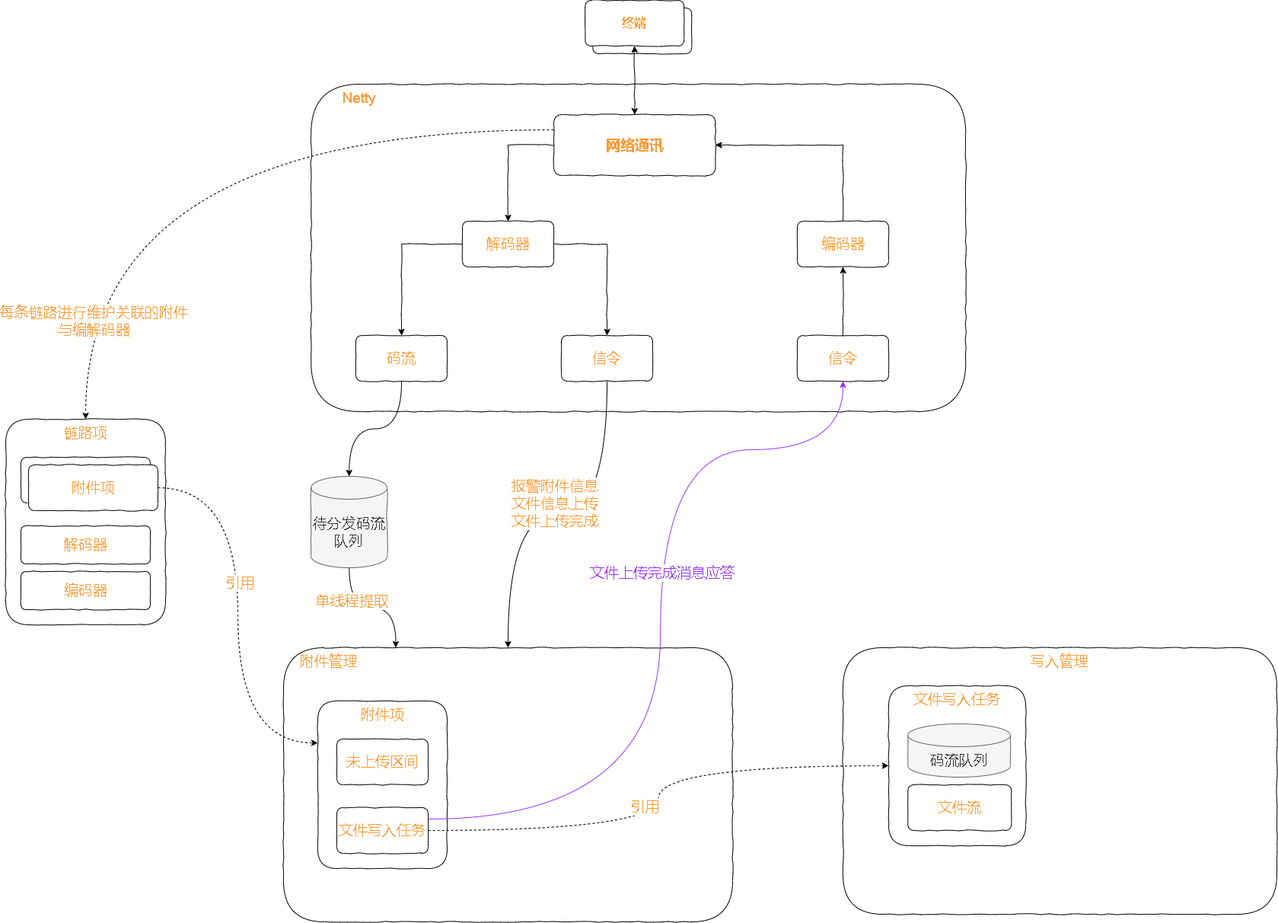
Before: test.drawio.png, a diagram exported from draw.io (xktder/draw). Source tidied: cells renumbered, new cells last; positions are measured from the earlier drawing's top-left corner, leaving out a move shared by most shapes.
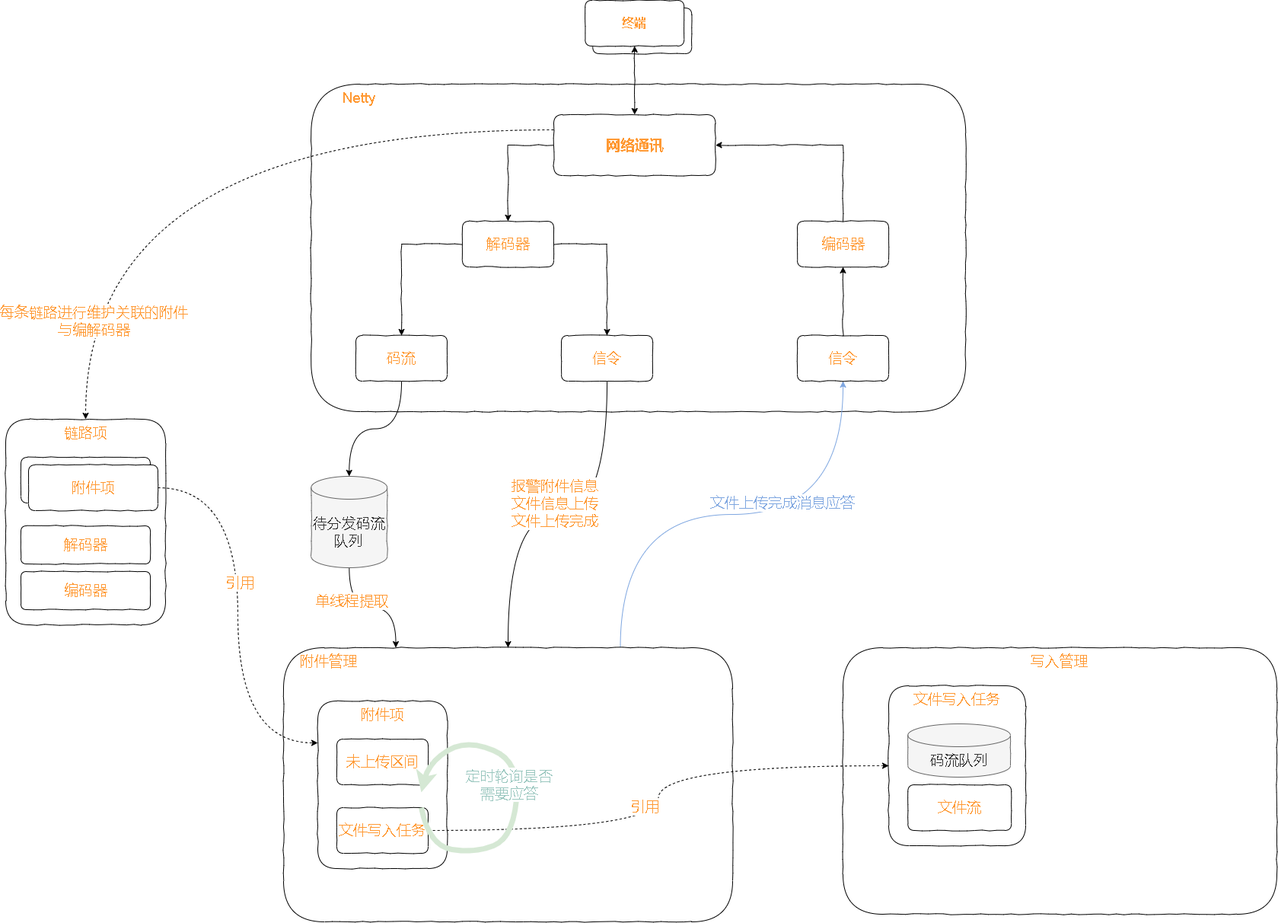
After the change.

What changed in the source:
```diff
@@ -8,6 +8,14 @@
     <mxCell id="3" value="写入管理" style="rounded=1;whiteSpace=wrap;html=1;comic=1;fontSize=19;fontColor=#FF9933;strokeColor=default;gradientColor=none;verticalAlign=top;" parent="1" vertex="1">
       <mxGeometry x="1100" y="850" width="570" height="350" as="geometry" />
     </mxCell>
+    <mxCell id="49" style="edgeStyle=orthogonalEdgeStyle;curved=1;rounded=0;comic=0;jettySize=auto;html=1;exitX=0.75;exitY=0;exitDx=0;exitDy=0;fontSize=19;fontColor=#9AC7BF;startArrow=none;startFill=0;endArrow=classic;endFill=1;strokeColor=#7EA6E0;strokeWidth=1;" parent="1" edge="1" source="4" target="24">
+      <mxGeometry relative="1" as="geometry" />
+    </mxCell>
+    <mxCell id="48" value="&lt;font&gt;文件上传完成消息应答&lt;/font&gt;" style="edgeLabel;html=1;align=center;verticalAlign=middle;fontSize=19;fontColor=#7EA6E0;" parent="49" vertex="1">
+      <mxGeometry x="0.26" y="16" relative="1" as="geometry">
+        <mxPoint x="-16" as="offset" />
+      </mxGeometry>
+    </mxCell>
     <mxCell id="4" value="&amp;nbsp; &amp;nbsp; 附件管理" style="rounded=1;whiteSpace=wrap;html=1;comic=1;fontSize=19;fontColor=#FF9933;strokeColor=default;gradientColor=none;verticalAlign=top;align=left;" parent="1" vertex="1">
       <mxGeometry x="365" y="850" width="590" height="360" as="geometry" />
     </mxCell>
@@ -141,17 +149,24 @@
     <mxCell id="46" value="引用" style="edgeLabel;html=1;align=center;verticalAlign=middle;fontSize=19;fontColor=#FF9933;" parent="45" vertex="1">
       <mxGeometry x="-0.03" y="18" relative="1" as="geometry" />
     </mxCell>
-    <mxCell id="47" style="edgeStyle=orthogonalEdgeStyle;curved=1;rounded=0;comic=0;jettySize=auto;html=1;exitX=1;exitY=0.25;exitDx=0;exitDy=0;entryX=0.5;entryY=1;entryDx=0;entryDy=0;fontSize=19;fontColor=#9933FF;startArrow=none;startFill=0;endArrow=classic;endFill=1;strokeColor=#9933FF;" parent="1" edge="1" source="31" target="24">
-      <mxGeometry relative="1" as="geometry">
-        <Array as="points">
-          <mxPoint x="860" y="1075" />
-          <mxPoint x="860" y="590" />
-          <mxPoint x="1100" y="590" />
-        </Array>
-      </mxGeometry>
-    </mxCell>
-    <mxCell id="48" value="文件上传完成消息应答" style="edgeLabel;html=1;align=center;verticalAlign=middle;fontSize=19;fontColor=#9933FF;" parent="47" vertex="1">
-      <mxGeometry x="0.12" y="-1" relative="1" as="geometry" />
-    </mxCell>
+    <mxCell id="50" style="curved=1;endArrow=classic;html=1;rounded=0;comic=0;fontSize=19;fontColor=#9933FF;strokeColor=#D5E8D4;strokeWidth=7;" parent="1" edge="1">
+      <mxGeometry relative="1" as="geometry">
+        <mxPoint x="546" y="1060" as="sourcePoint" />
+        <mxPoint x="546" y="1040" as="targetPoint" />
+        <Array as="points">
+          <mxPoint x="556" y="1110" />
+          <mxPoint x="616" y="1120" />
+          <mxPoint x="666" y="1100" />
+          <mxPoint x="676" y="1000" />
+          <mxPoint x="606" y="970" />
+          <mxPoint x="556" y="1000" />
+        </Array>
+      </mxGeometry>
+    </mxCell>
+    <mxCell id="51" value="&lt;font color=&quot;#9ac7bf&quot;&gt;定时轮询是否&lt;br&gt;需要应答&lt;/font&gt;" style="edgeLabel;html=1;align=center;verticalAlign=middle;fontSize=19;fontColor=#9933FF;" parent="50" vertex="1">
+      <mxGeometry x="0.32" y="4" relative="1" as="geometry">
+        <mxPoint x="9" y="36" as="offset" />
+      </mxGeometry>
+    </mxCell>
   </root>
 </mxGraphModel>
```
